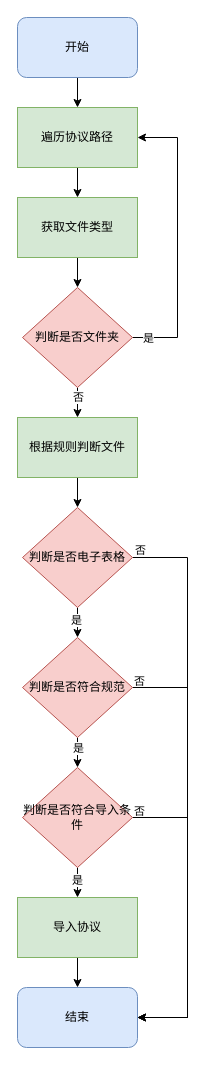
Before: 采集中心V3.0-飞书同步工作流程图.drawio in shaozc3g/draw_io, a draw.io diagram. Source tidied: cells renumbered, new cells numbered last; positions are measured from the earlier drawing's top-left corner, leaving out a move shared by most shapes. Both pictures are drawn from the tidied source at 100%, with x=0, y=0 at pixel (17, 17).
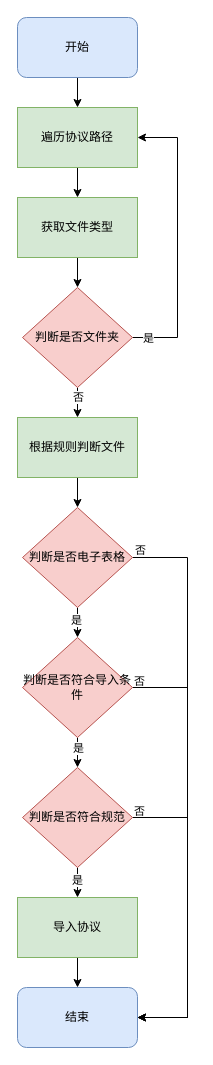
After the change.

Commit message (it also covers changes not shown here):
更新采集中心V3.0-飞书同步工作流程图.drawio

Diff of the diagram source:
```diff
@@
-    <mxCell id="22" value="判断是否符合规范" style="rhombus;whiteSpace=wrap;html=1;fillColor=#f8cecc;strokeColor=#b85450;" parent="1" vertex="1">
+    <mxCell id="22" value="判断是否符合导入条件" style="rhombus;whiteSpace=wrap;html=1;fillColor=#f8cecc;strokeColor=#b85450;" parent="1" vertex="1">
       <mxGeometry x="5" y="620" width="110" height="100" as="geometry" />
     </mxCell>
@@
-    <mxCell id="26" value="判断是否符合导入条件" style="rhombus;whiteSpace=wrap;html=1;fillColor=#f8cecc;strokeColor=#b85450;" parent="1" vertex="1">
+    <mxCell id="26" value="判断是否符合规范" style="rhombus;whiteSpace=wrap;html=1;fillColor=#f8cecc;strokeColor=#b85450;" parent="1" vertex="1">
       <mxGeometry x="5" y="750" width="110" height="100" as="geometry" />
     </mxCell>
```
